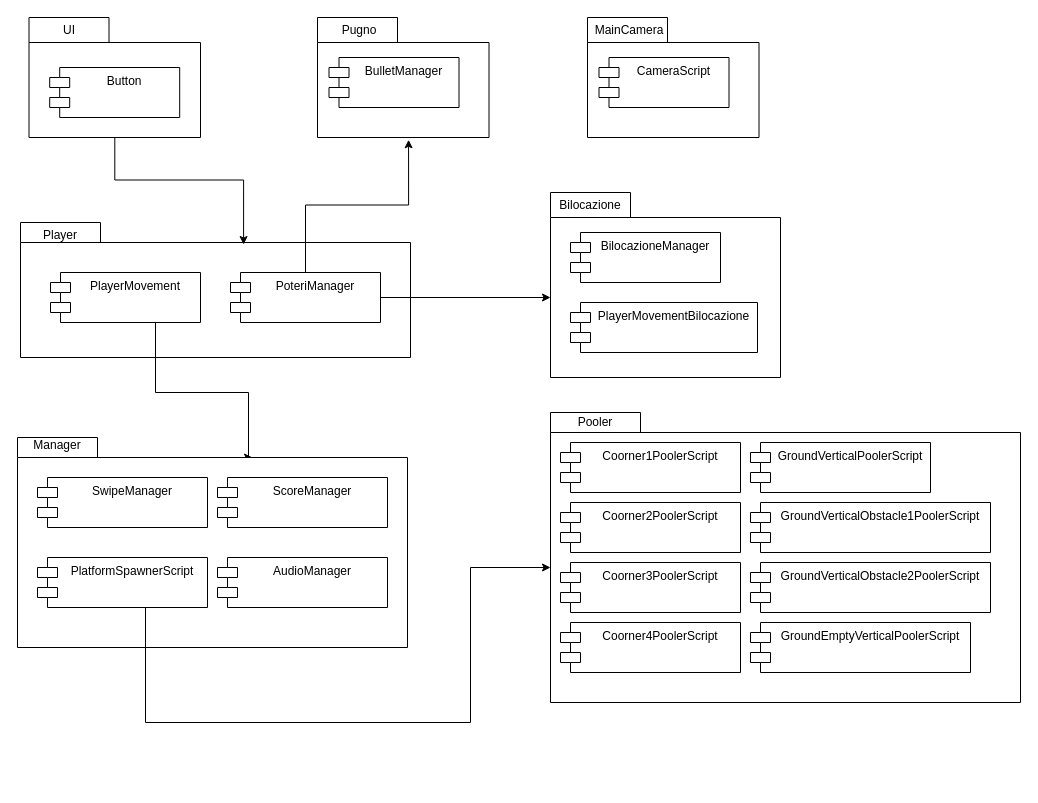
Earlier version of the draw.io diagram Diagrams/Untitled Diagram.drawio (f94f/Progetto-CGM-8.2-EndlessRunner). Source tidied: cells renumbered, new cells numbered last; positions are measured from the earlier drawing's top-left corner, leaving out a move shared by most shapes. Both pictures are drawn from the tidied source at 100%, with x=0, y=0 at pixel (17, 17).
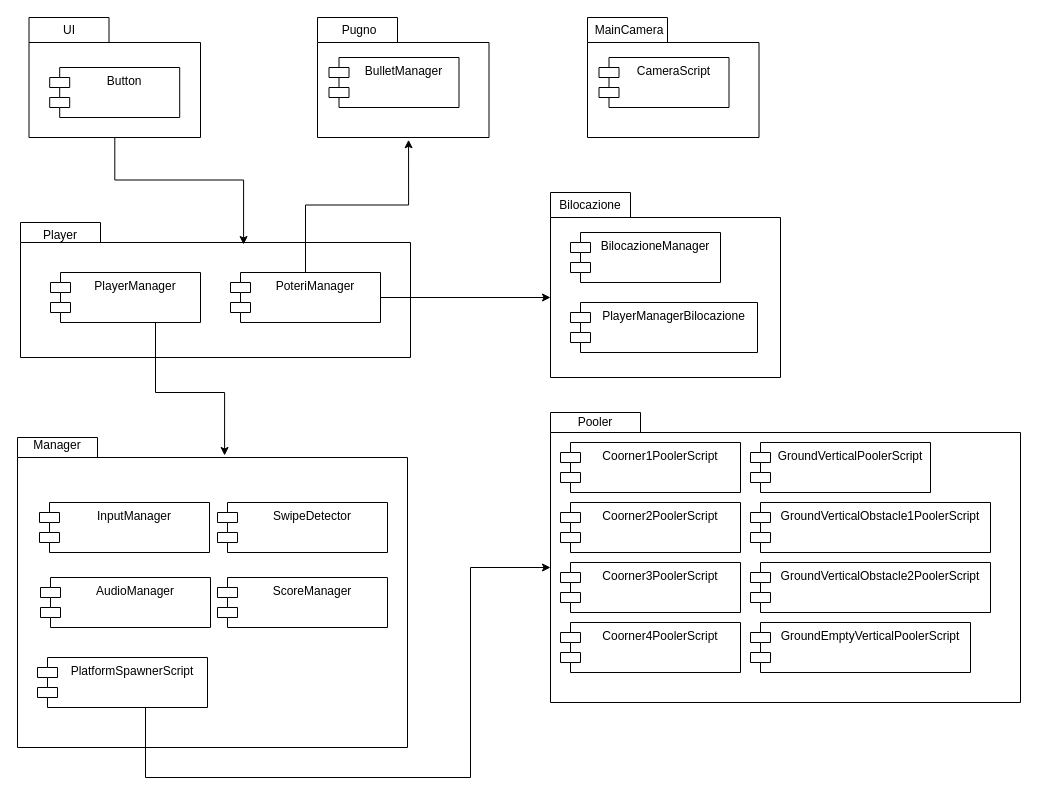
The same diagram, later.

Unchanged cells that the change refers to:
```xml
<mxCell id="2" style="shape=folder;fontStyle=1;spacingTop=10;tabWidth=90;tabHeight=20;tabPosition=left;html=1;" parent="1" vertex="1">
  <mxGeometry x="533" y="395" width="470" height="290" as="geometry" />
</mxCell>
```

Diff of the diagram source:
```diff
@@
-    <mxCell id="14" value="PlayerMovementBilocazione" style="shape=module;align=left;spacingLeft=20;align=center;verticalAlign=top;" parent="1" vertex="1">
+    <mxCell id="14" value="PlayerManagerBilocazione" style="shape=module;align=left;spacingLeft=20;align=center;verticalAlign=top;" parent="1" vertex="1">
       <mxGeometry x="553" y="285" width="187" height="50" as="geometry" />
     </mxCell>
@@
-    <mxCell id="16" style="edgeStyle=orthogonalEdgeStyle;rounded=0;jettySize=auto;html=1;entryX=0;entryY=0;entryDx=235;entryDy=20;entryPerimeter=0;" parent="1" edge="1" source="17" target="23">
+    <mxCell id="16" style="edgeStyle=orthogonalEdgeStyle;rounded=0;jettySize=auto;html=1;entryX=0.531;entryY=0.058;entryDx=0;entryDy=0;entryPerimeter=0;" parent="1" edge="1" source="17" target="23">
       <mxGeometry relative="1" as="geometry">
         <Array as="points">
           <mxPoint x="138" y="375" />
-          <mxPoint x="231" y="375" />
-          <mxPoint x="231" y="440" />
+          <mxPoint x="207" y="375" />
         </Array>
       </mxGeometry>
     </mxCell>
-    <mxCell id="17" value="PlayerMovement" style="shape=module;align=left;spacingLeft=20;align=center;verticalAlign=top;" parent="1" vertex="1">
+    <mxCell id="17" value="PlayerManager" style="shape=module;align=left;spacingLeft=20;align=center;verticalAlign=top;" parent="1" vertex="1">
       <mxGeometry x="33" y="255" width="150" height="50" as="geometry" />
     </mxCell>
@@
     <mxCell id="23" style="shape=folder;fontStyle=1;spacingTop=10;tabWidth=80;tabHeight=20;tabPosition=left;html=1;" parent="1" vertex="1">
-      <mxGeometry y="420" width="390" height="210" as="geometry" />
+      <mxGeometry y="420" width="390" height="310" as="geometry" />
     </mxCell>
     <mxCell id="24" value="PlatformSpawnerScript" style="shape=module;align=left;spacingLeft=20;align=center;verticalAlign=top;" parent="1" vertex="1">
-      <mxGeometry x="20" y="540" width="170" height="50" as="geometry" />
+      <mxGeometry x="20" y="640" width="170" height="50" as="geometry" />
     </mxCell>
@@
-    <mxCell id="26" value="SwipeManager" style="shape=module;align=left;spacingLeft=20;align=center;verticalAlign=top;" parent="1" vertex="1">
-      <mxGeometry x="20" y="460" width="170" height="50" as="geometry" />
-    </mxCell>
     <mxCell id="27" value="ScoreManager" style="shape=module;align=left;spacingLeft=20;align=center;verticalAlign=top;" parent="1" vertex="1">
-      <mxGeometry x="200" y="460" width="170" height="50" as="geometry" />
+      <mxGeometry x="200" y="560" width="170" height="50" as="geometry" />
     </mxCell>
     <mxCell id="28" value="AudioManager" style="shape=module;align=left;spacingLeft=20;align=center;verticalAlign=top;" parent="1" vertex="1">
-      <mxGeometry x="200" y="540" width="170" height="50" as="geometry" />
+      <mxGeometry x="23" y="560" width="170" height="50" as="geometry" />
     </mxCell>
     <mxCell id="29" style="edgeStyle=orthogonalEdgeStyle;rounded=0;jettySize=auto;html=1;entryX=0;entryY=0;entryDx=0;entryDy=155;entryPerimeter=0;" parent="1" edge="1" source="24" target="2">
       <mxGeometry relative="1" as="geometry">
         <Array as="points">
-          <mxPoint x="128" y="705" />
-          <mxPoint x="453" y="705" />
+          <mxPoint x="128" y="760" />
+          <mxPoint x="453" y="760" />
           <mxPoint x="453" y="550" />
         </Array>
       </mxGeometry>
     </mxCell>
@@
+    <mxCell id="40" value="InputManager" style="shape=module;align=left;spacingLeft=20;align=center;verticalAlign=top;" parent="1" vertex="1">
+      <mxGeometry x="22" y="485" width="170" height="50" as="geometry" />
+    </mxCell>
+    <mxCell id="41" value="SwipeDetector" style="shape=module;align=left;spacingLeft=20;align=center;verticalAlign=top;" parent="1" vertex="1">
+      <mxGeometry x="200" y="485" width="170" height="50" as="geometry" />
+    </mxCell>
```
